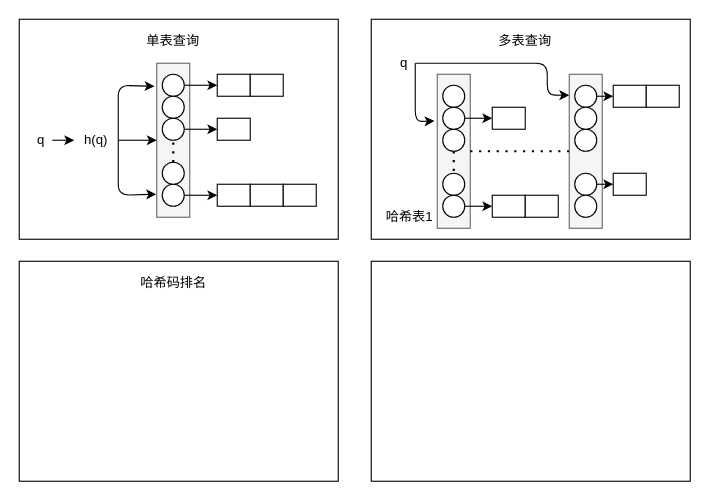
Earlier version of the draw.io diagram reserch.drawio (x-junkang/images). Source tidied: cells renumbered, new cells numbered last; positions are measured from the earlier drawing's top-left corner, leaving out a move shared by most shapes. Both pictures are drawn from the tidied source at 110%, with x=0, y=0 at pixel (19, 19).
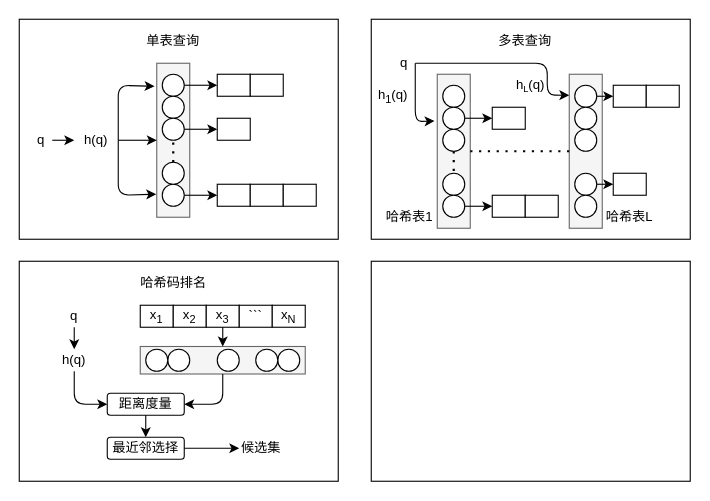
The same page after the edit.

Diff of the diagram source:
````diff
@@
+    <mxCell id="59" value="h&lt;sub&gt;1&lt;/sub&gt;(q)" style="text;html=1;strokeColor=none;fillColor=none;align=center;verticalAlign=middle;whiteSpace=wrap;rounded=0;" parent="1" vertex="1">
+      <mxGeometry x="320" y="60" width="40" height="20" as="geometry" />
+    </mxCell>
+    <mxCell id="60" value="h&lt;span style=&quot;font-size: 10px&quot;&gt;&lt;sub&gt;L&lt;/sub&gt;&lt;/span&gt;(q)" style="text;html=1;strokeColor=none;fillColor=none;align=center;verticalAlign=middle;whiteSpace=wrap;rounded=0;" parent="1" vertex="1">
+      <mxGeometry x="445" y="50" width="40" height="20" as="geometry" />
+    </mxCell>
+    <mxCell id="61" value="哈希表L" style="text;html=1;strokeColor=none;fillColor=none;align=center;verticalAlign=middle;whiteSpace=wrap;rounded=0;" parent="1" vertex="1">
+      <mxGeometry x="530" y="170" width="50" height="20" as="geometry" />
+    </mxCell>
+    <mxCell id="62" value="q" style="text;html=1;strokeColor=none;fillColor=none;align=center;verticalAlign=middle;whiteSpace=wrap;rounded=0;" parent="1" vertex="1">
+      <mxGeometry x="30" y="260" width="40" height="20" as="geometry" />
+    </mxCell>
+    <mxCell id="63" value="h(q)" style="text;html=1;strokeColor=none;fillColor=none;align=center;verticalAlign=middle;whiteSpace=wrap;rounded=0;" parent="1" vertex="1">
+      <mxGeometry x="30" y="300" width="40" height="20" as="geometry" />
+    </mxCell>
+    <mxCell id="64" style="endArrow=classic;html=1;exitX=0.5;exitY=1;exitDx=0;exitDy=0;entryX=0.5;entryY=0;entryDx=0;entryDy=0;" parent="1" edge="1" source="62" target="63">
+      <mxGeometry relative="1" as="geometry" />
+    </mxCell>
+    <mxCell id="65" value="距离度量" style="rounded=1;whiteSpace=wrap;html=1;" parent="1" vertex="1">
+      <mxGeometry x="80" y="340" width="70" height="20" as="geometry" />
+    </mxCell>
+    <mxCell id="66" style="endArrow=classic;html=1;exitX=0.5;exitY=1;exitDx=0;exitDy=0;entryX=0;entryY=0.5;entryDx=0;entryDy=0;" parent="1" edge="1" source="63" target="65">
+      <mxGeometry relative="1" as="geometry">
+        <Array as="points">
+          <mxPoint x="50" y="350" />
+        </Array>
+      </mxGeometry>
+    </mxCell>
+    <mxCell id="67" value="x&lt;sub&gt;1&lt;/sub&gt;" style="rounded=0;whiteSpace=wrap;html=1;" parent="1" vertex="1">
+      <mxGeometry x="110" y="260" width="30" height="20" as="geometry" />
+    </mxCell>
+    <mxCell id="68" value="x&lt;sub&gt;2&lt;/sub&gt;" style="rounded=0;whiteSpace=wrap;html=1;" parent="1" vertex="1">
+      <mxGeometry x="140" y="260" width="30" height="20" as="geometry" />
+    </mxCell>
+    <mxCell id="69" value="x&lt;sub&gt;3&lt;/sub&gt;" style="rounded=0;whiteSpace=wrap;html=1;" parent="1" vertex="1">
+      <mxGeometry x="170" y="260" width="30" height="20" as="geometry" />
+    </mxCell>
+    <mxCell id="70" value="```" style="rounded=0;whiteSpace=wrap;html=1;" parent="1" vertex="1">
+      <mxGeometry x="200" y="260" width="30" height="20" as="geometry" />
+    </mxCell>
+    <mxCell id="71" value="x&lt;sub&gt;N&lt;/sub&gt;" style="rounded=0;whiteSpace=wrap;html=1;" parent="1" vertex="1">
+      <mxGeometry x="230" y="260" width="30" height="20" as="geometry" />
+    </mxCell>
+    <mxCell id="72" style="rounded=0;whiteSpace=wrap;html=1;fillColor=#f5f5f5;strokeColor=#666666;fontColor=#333333;" parent="1" vertex="1">
+      <mxGeometry x="110" y="297.5" width="150" height="25" as="geometry" />
+    </mxCell>
+    <mxCell id="73" style="ellipse;whiteSpace=wrap;html=1;" parent="1" vertex="1">
+      <mxGeometry x="135" y="300" width="20" height="20" as="geometry" />
+    </mxCell>
+    <mxCell id="74" style="ellipse;whiteSpace=wrap;html=1;" parent="1" vertex="1">
+      <mxGeometry x="235" y="300" width="20" height="20" as="geometry" />
+    </mxCell>
+    <mxCell id="75" style="ellipse;whiteSpace=wrap;html=1;" parent="1" vertex="1">
+      <mxGeometry x="215" y="300" width="20" height="20" as="geometry" />
+    </mxCell>
+    <mxCell id="76" style="ellipse;whiteSpace=wrap;html=1;" parent="1" vertex="1">
+      <mxGeometry x="115" y="300" width="20" height="20" as="geometry" />
+    </mxCell>
+    <mxCell id="77" style="ellipse;whiteSpace=wrap;html=1;" parent="1" vertex="1">
+      <mxGeometry x="180" y="300" width="20" height="20" as="geometry" />
+    </mxCell>
+    <mxCell id="78" style="endArrow=classic;html=1;exitX=0.5;exitY=1;exitDx=0;exitDy=0;entryX=0.5;entryY=0;entryDx=0;entryDy=0;" parent="1" edge="1" source="69" target="72">
+      <mxGeometry relative="1" as="geometry" />
+    </mxCell>
+    <mxCell id="79" style="endArrow=classic;html=1;exitX=0.5;exitY=1;exitDx=0;exitDy=0;entryX=1;entryY=0.5;entryDx=0;entryDy=0;" parent="1" edge="1" source="72" target="65">
+      <mxGeometry relative="1" as="geometry">
+        <Array as="points">
+          <mxPoint x="185" y="350" />
+        </Array>
+      </mxGeometry>
+    </mxCell>
+    <mxCell id="80" value="最近邻选择" style="rounded=1;whiteSpace=wrap;html=1;" parent="1" vertex="1">
+      <mxGeometry x="80" y="380" width="70" height="20" as="geometry" />
+    </mxCell>
+    <mxCell id="81" style="endArrow=classic;html=1;exitX=0.5;exitY=1;exitDx=0;exitDy=0;entryX=0.5;entryY=0;entryDx=0;entryDy=0;" parent="1" edge="1" source="65" target="80">
+      <mxGeometry relative="1" as="geometry" />
+    </mxCell>
+    <mxCell id="82" value="候选集" style="text;html=1;strokeColor=none;fillColor=none;align=center;verticalAlign=middle;whiteSpace=wrap;rounded=0;" parent="1" vertex="1">
+      <mxGeometry x="200" y="380" width="40" height="20" as="geometry" />
+    </mxCell>
+    <mxCell id="83" style="endArrow=classic;html=1;exitX=1;exitY=0.5;exitDx=0;exitDy=0;entryX=0;entryY=0.5;entryDx=0;entryDy=0;" parent="1" edge="1" source="80" target="82">
+      <mxGeometry relative="1" as="geometry" />
+    </mxCell>
````
